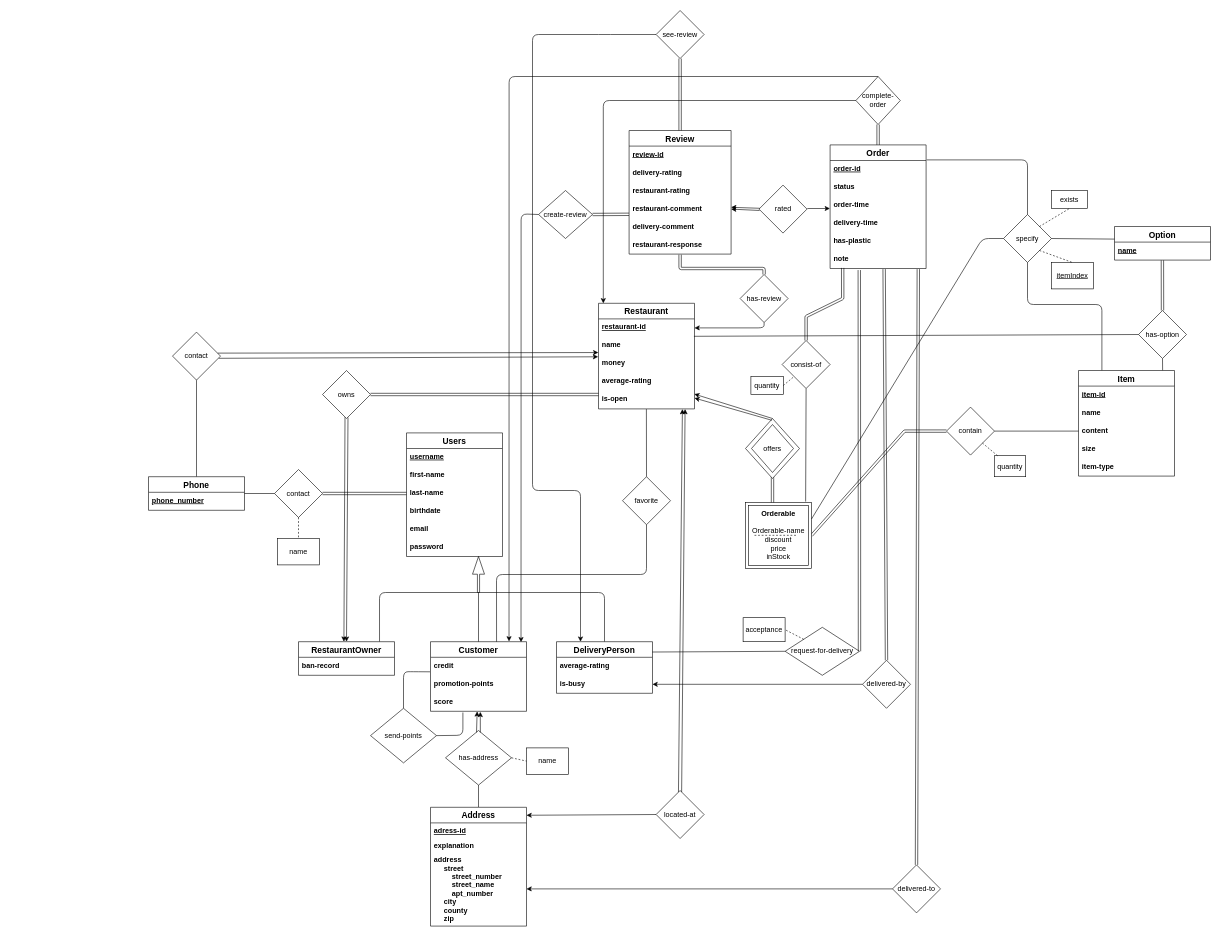
This is Proposal/FoodOrderDeliverySystemERDiagram.drawio from Bozcomlekci/CS353-Project, a draw.io file, before an edit. Source tidied: cells renumbered, new cells numbered last; positions are measured from the earlier drawing's top-left corner, leaving out a move shared by most shapes. Both pictures are drawn from the tidied source at 60%, with x=0, y=0 at pixel (148, 10).
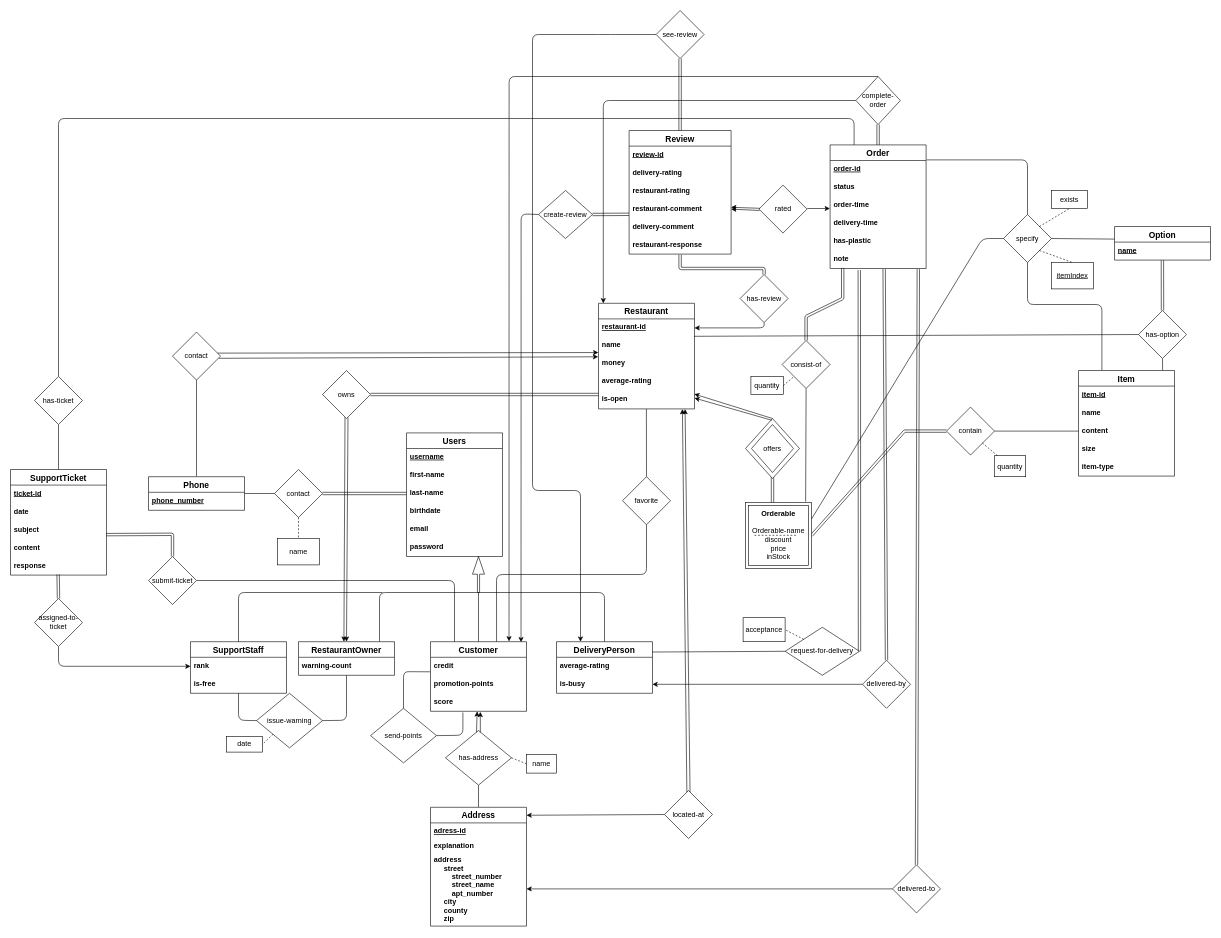
After the change.

Commit message:
Add support staff/ticket to ER diagram

The change refers to these unchanged cells:
```xml
<mxCell id="51" value="RestaurantOwner" style="swimlane;fontStyle=1;horizontal=1;startSize=26;align=center;fontSize=14;" parent="1" vertex="1">
  <mxGeometry x="250" y="1052" width="160" height="56" as="geometry" />
</mxCell>
<mxCell id="54" value="Customer" style="swimlane;fontStyle=1;horizontal=1;startSize=26;align=center;fontSize=14;" parent="1" vertex="1">
  <mxGeometry x="470" y="1052" width="160" height="116" as="geometry" />
</mxCell>
<mxCell id="89" value="Order" style="swimlane;fontStyle=1;horizontal=1;startSize=26;align=center;fontSize=14;" parent="1" vertex="1">
  <mxGeometry x="1136" y="224" width="160" height="206" as="geometry" />
</mxCell>
```

Change to the diagram source:
```diff
@@
     <mxCell id="47" value="located-at" style="rhombus;whiteSpace=wrap;html=1;" parent="1" vertex="1">
-      <mxGeometry x="846" y="1300" width="80" height="80" as="geometry" />
+      <mxGeometry x="860" y="1300" width="80" height="80" as="geometry" />
     </mxCell>
@@
-    <mxCell id="52" value="ban-record" style="text;strokeColor=none;fillColor=none;spacingLeft=4;spacingRight=4;overflow=hidden;points=[[0,0.5],[1,0.5]];portConstraint=eastwest;fontSize=12;fontStyle=1;" parent="51" vertex="1">
+    <mxCell id="52" value="warning-count" style="text;strokeColor=none;fillColor=none;spacingLeft=4;spacingRight=4;overflow=hidden;points=[[0,0.5],[1,0.5]];portConstraint=eastwest;fontSize=12;fontStyle=1;" parent="51" vertex="1">
       <mxGeometry y="26" width="160" height="30" as="geometry" />
     </mxCell>
@@
     <mxCell id="74" value="name" style="rounded=0;whiteSpace=wrap;html=1;" parent="1" vertex="1">
-      <mxGeometry x="630" y="1229" width="70" height="44" as="geometry" />
+      <mxGeometry x="630" y="1240" width="50" height="31" as="geometry" />
     </mxCell>
@@
+    <mxCell id="149" value="SupportStaff" style="swimlane;fontStyle=1;horizontal=1;startSize=26;align=center;fontSize=14;" parent="1" vertex="1">
+      <mxGeometry x="70" y="1052" width="160" height="86" as="geometry" />
+    </mxCell>
+    <mxCell id="150" value="rank" style="text;strokeColor=none;fillColor=none;spacingLeft=4;spacingRight=4;overflow=hidden;fontSize=12;fontStyle=1;" parent="149" vertex="1">
+      <mxGeometry y="26" width="160" height="30" as="geometry" />
+    </mxCell>
+    <mxCell id="151" value="is-free" style="text;strokeColor=none;fillColor=none;spacingLeft=4;spacingRight=4;overflow=hidden;points=[[0,0.5],[1,0.5]];portConstraint=eastwest;fontSize=12;fontStyle=1;" parent="149" vertex="1">
+      <mxGeometry y="56" width="160" height="30" as="geometry" />
+    </mxCell>
+    <mxCell id="152" style="endArrow=none;html=1;entryX=0.5;entryY=0;entryDx=0;entryDy=0;" parent="1" edge="1" target="149">
+      <mxGeometry relative="1" as="geometry">
+        <mxPoint x="390" y="970" as="sourcePoint" />
+        <Array as="points">
+          <mxPoint x="150" y="970" />
+        </Array>
+      </mxGeometry>
+    </mxCell>
+    <mxCell id="153" style="endArrow=classic;html=1;entryX=0;entryY=0.5;entryDx=0;entryDy=0;exitX=0.5;exitY=1;exitDx=0;exitDy=0;endFill=1;" parent="1" edge="1" source="167">
+      <mxGeometry relative="1" as="geometry">
+        <mxPoint x="70" y="1093" as="targetPoint" />
+        <Array as="points">
+          <mxPoint x="-150" y="1093" />
+        </Array>
+      </mxGeometry>
+    </mxCell>
+    <mxCell id="154" style="endArrow=none;html=1;entryX=0.25;entryY=0;entryDx=0;entryDy=0;exitX=1;exitY=0.5;exitDx=0;exitDy=0;" parent="1" edge="1" source="169" target="54">
+      <mxGeometry relative="1" as="geometry">
+        <Array as="points">
+          <mxPoint x="510" y="950" />
+        </Array>
+      </mxGeometry>
+    </mxCell>
+    <mxCell id="155" style="endArrow=none;html=1;entryX=0.25;entryY=0;entryDx=0;entryDy=0;exitX=0.5;exitY=0;exitDx=0;exitDy=0;" parent="1" edge="1" source="171" target="89">
+      <mxGeometry relative="1" as="geometry">
+        <Array as="points">
+          <mxPoint x="-150" y="180" />
+          <mxPoint x="1176" y="180" />
+        </Array>
+      </mxGeometry>
+    </mxCell>
+    <mxCell id="156" value="issue-warning" style="rhombus;whiteSpace=wrap;html=1;" parent="1" vertex="1">
+      <mxGeometry x="180" y="1138" width="110" height="91" as="geometry" />
+    </mxCell>
+    <mxCell id="157" style="endArrow=none;html=1;exitX=0;exitY=0.5;exitDx=0;exitDy=0;" parent="1" edge="1" source="156" target="151">
+      <mxGeometry relative="1" as="geometry">
+        <Array as="points">
+          <mxPoint x="150" y="1183" />
+        </Array>
+      </mxGeometry>
+    </mxCell>
+    <mxCell id="158" style="endArrow=none;html=1;exitX=1;exitY=0.5;exitDx=0;exitDy=0;" parent="1" edge="1" source="156" target="52">
+      <mxGeometry relative="1" as="geometry">
+        <Array as="points">
+          <mxPoint x="330" y="1183" />
+        </Array>
+      </mxGeometry>
+    </mxCell>
+    <mxCell id="159" value="date" style="rounded=0;whiteSpace=wrap;html=1;direction=south;" parent="1" vertex="1">
+      <mxGeometry x="130" y="1210" width="60" height="26" as="geometry" />
+    </mxCell>
+    <mxCell id="160" style="endArrow=none;dashed=1;html=1;entryX=0.5;entryY=0;entryDx=0;entryDy=0;exitX=0;exitY=1;exitDx=0;exitDy=0;" parent="1" edge="1" source="156" target="159">
+      <mxGeometry relative="1" as="geometry" />
+    </mxCell>
+    <mxCell id="161" value="SupportTicket" style="swimlane;fontStyle=1;horizontal=1;startSize=26;align=center;fontSize=14;" parent="1" vertex="1">
+      <mxGeometry x="-230" y="765" width="160" height="176" as="geometry" />
+    </mxCell>
+    <mxCell id="162" value="ticket-id" style="text;strokeColor=none;fillColor=none;spacingLeft=4;spacingRight=4;overflow=hidden;fontSize=12;fontStyle=5;" parent="161" vertex="1">
+      <mxGeometry y="26" width="160" height="30" as="geometry" />
+    </mxCell>
+    <mxCell id="163" value="date" style="text;strokeColor=none;fillColor=none;spacingLeft=4;spacingRight=4;overflow=hidden;fontSize=12;fontStyle=1;" parent="161" vertex="1">
+      <mxGeometry y="56" width="160" height="30" as="geometry" />
+    </mxCell>
+    <mxCell id="164" value="subject" style="text;strokeColor=none;fillColor=none;spacingLeft=4;spacingRight=4;overflow=hidden;points=[[0,0.5],[1,0.5]];portConstraint=eastwest;fontSize=12;fontStyle=1;" parent="161" vertex="1">
+      <mxGeometry y="86" width="160" height="30" as="geometry" />
+    </mxCell>
+    <mxCell id="165" value="content" style="text;strokeColor=none;fillColor=none;spacingLeft=4;spacingRight=4;overflow=hidden;fontSize=12;fontStyle=1;" parent="161" vertex="1">
+      <mxGeometry y="116" width="160" height="30" as="geometry" />
+    </mxCell>
+    <mxCell id="166" value="response" style="text;strokeColor=none;fillColor=none;spacingLeft=4;spacingRight=4;overflow=hidden;points=[[0,0.5],[1,0.5]];portConstraint=eastwest;fontSize=12;fontStyle=1;" parent="161" vertex="1">
+      <mxGeometry y="146" width="160" height="30" as="geometry" />
+    </mxCell>
+    <mxCell id="167" value="assigned-to-ticket" style="rhombus;whiteSpace=wrap;html=1;" parent="1" vertex="1">
+      <mxGeometry x="-190" y="980" width="80" height="80" as="geometry" />
+    </mxCell>
+    <mxCell id="168" style="shape=link;html=1;exitX=0.5;exitY=0;exitDx=0;exitDy=0;entryX=0.496;entryY=0.962;entryDx=0;entryDy=0;entryPerimeter=0;" parent="1" edge="1" source="167" target="166">
+      <mxGeometry relative="1" as="geometry" />
+    </mxCell>
+    <mxCell id="169" value="submit-ticket" style="rhombus;whiteSpace=wrap;html=1;" parent="1" vertex="1">
+      <mxGeometry y="910" width="80" height="80" as="geometry" />
+    </mxCell>
+    <mxCell id="170" style="shape=link;html=1;entryX=0.996;entryY=0.752;entryDx=0;entryDy=0;exitX=0.5;exitY=0;exitDx=0;exitDy=0;entryPerimeter=0;" parent="1" edge="1" source="169" target="164">
+      <mxGeometry relative="1" as="geometry">
+        <Array as="points">
+          <mxPoint x="40" y="873" />
+        </Array>
+      </mxGeometry>
+    </mxCell>
+    <mxCell id="171" value="has-ticket" style="rhombus;whiteSpace=wrap;html=1;" parent="1" vertex="1">
+      <mxGeometry x="-190" y="610" width="80" height="80" as="geometry" />
+    </mxCell>
+    <mxCell id="172" style="endArrow=none;html=1;exitX=0.5;exitY=1;exitDx=0;exitDy=0;entryX=0.5;entryY=0;entryDx=0;entryDy=0;" parent="1" edge="1" source="171" target="161">
+      <mxGeometry relative="1" as="geometry" />
+    </mxCell>
```
